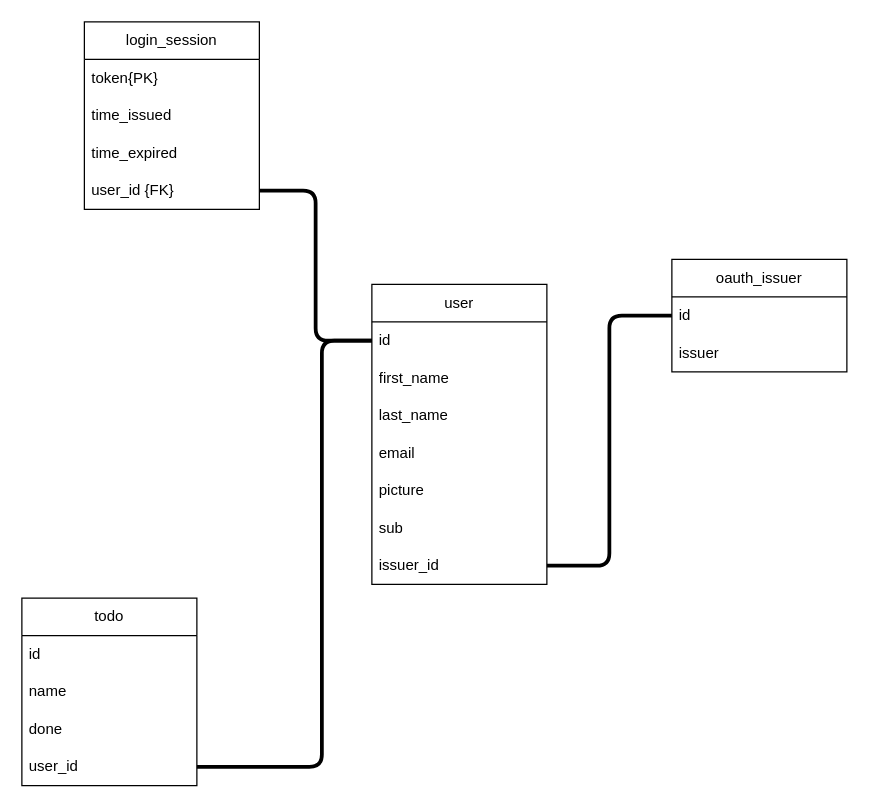
moab01567/todo-list-go keeps this draw.io diagram as databaseUML.drawio. Above is the earlier version. Source tidied: cells renumbered, new cells numbered last; positions are measured from the earlier drawing's top-left corner, leaving out a move shared by most shapes. Both pictures are drawn from the tidied source at 125%, with x=0, y=0 at pixel (21, 21).
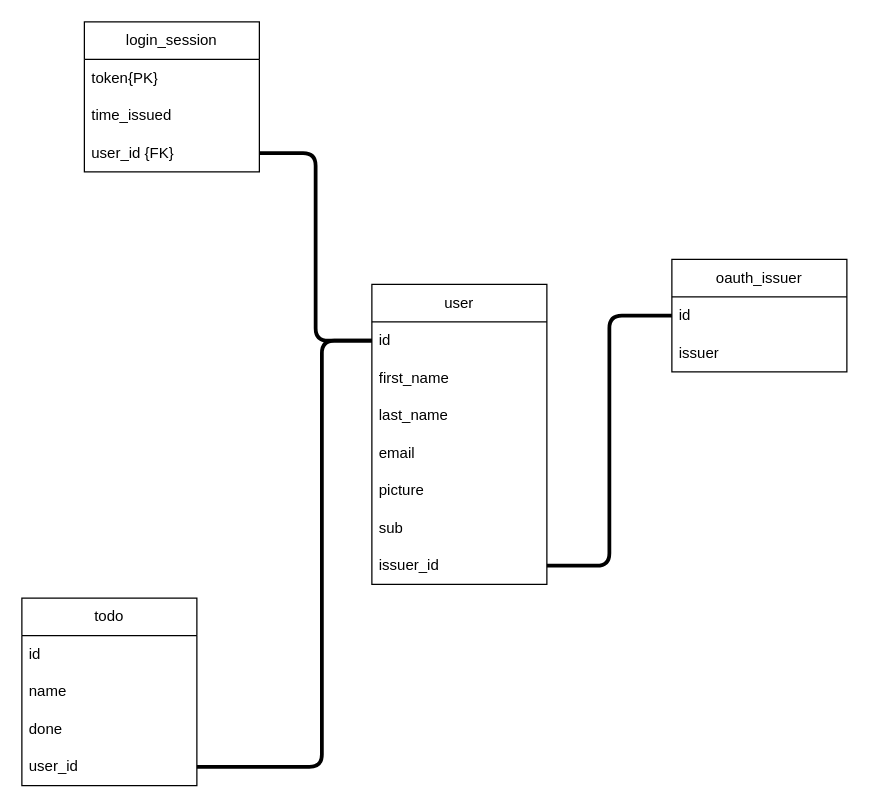
The same page after the edit.

Diff of the diagram source:
```diff
@@
     <mxCell id="13" value="login_session" style="swimlane;fontStyle=0;horizontal=1;startSize=30;whiteSpace=wrap;html=1;" parent="1" vertex="1">
-      <mxGeometry x="50" width="140" height="150" as="geometry" />
+      <mxGeometry x="50" width="140" height="120" as="geometry" />
     </mxCell>
@@
-    <mxCell id="16" value="time_expired" style="text;strokeColor=none;fillColor=none;align=left;verticalAlign=middle;spacingLeft=4;spacingRight=4;overflow=hidden;whiteSpace=wrap;html=1;" parent="13" vertex="1">
-      <mxGeometry y="90" width="140" height="30" as="geometry" />
-    </mxCell>
     <mxCell id="17" value="user_id {FK}" style="text;strokeColor=none;fillColor=none;align=left;verticalAlign=middle;spacingLeft=4;spacingRight=4;overflow=hidden;points=[[0,0.5],[1,0.5]];portConstraint=eastwest;whiteSpace=wrap;html=1;" parent="13" vertex="1">
-      <mxGeometry y="120" width="140" height="30" as="geometry" />
+      <mxGeometry y="90" width="140" height="30" as="geometry" />
     </mxCell>
```
